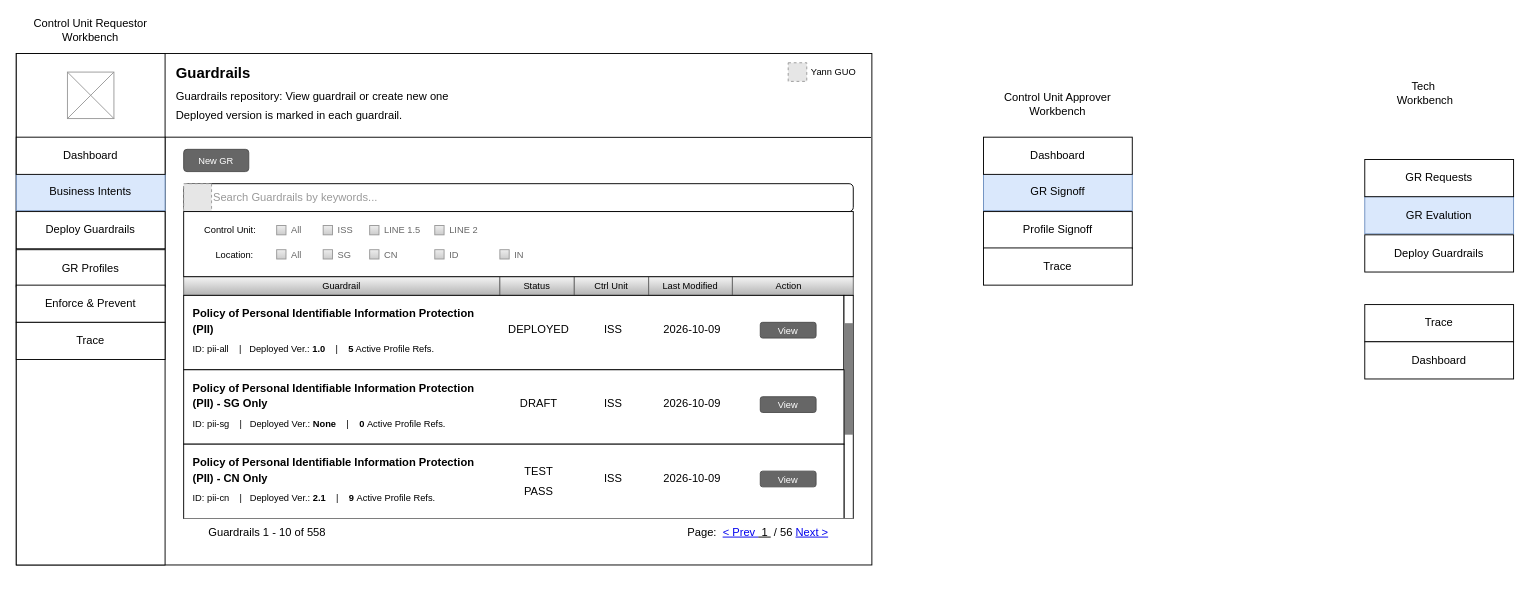
Before: page "CUU-GR-Index" (2 of 21) of NMGR.drawio in thinker-g/fx-drive, a draw.io diagram. Source tidied: cells renumbered, new cells numbered last; positions are measured from the earlier drawing's top-left corner, leaving out a move shared by most shapes. Both pictures are drawn from the tidied source at 93%, with x=0, y=0 at pixel (16, 16). Pictures stored in the file or linked from it are replaced by grey dashed boxes.
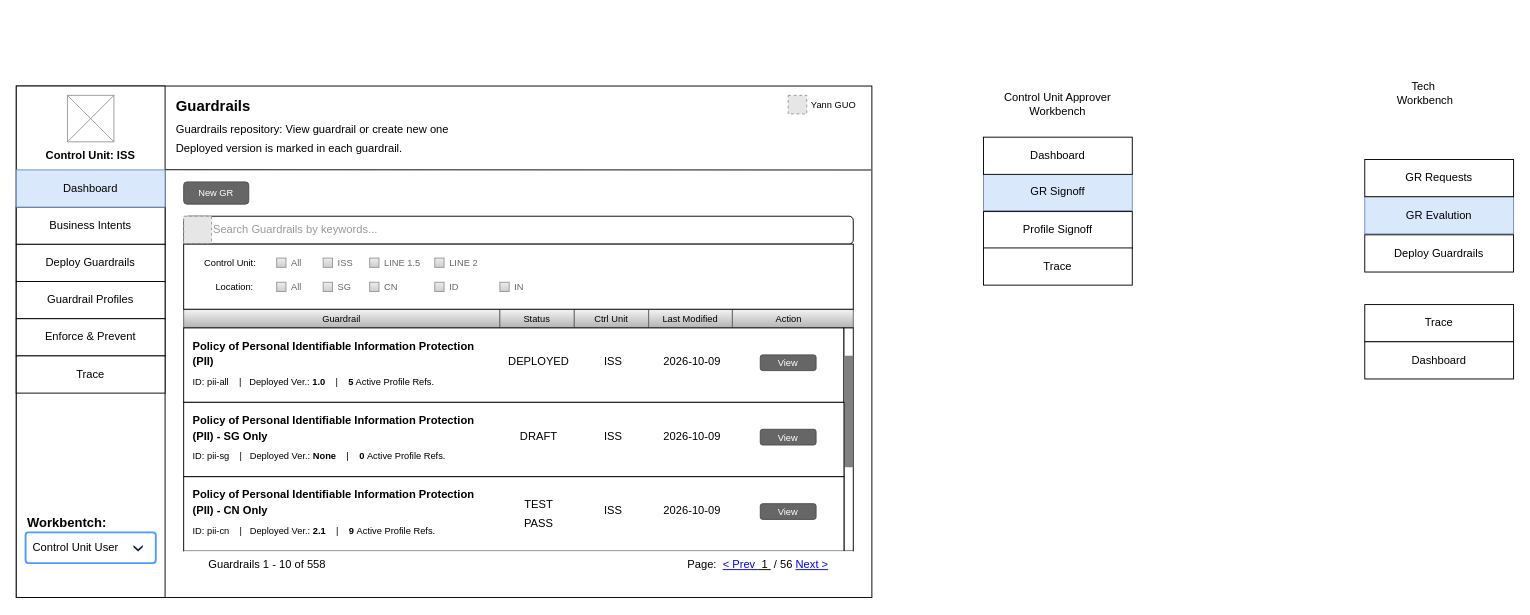
The same page after the edit.

Diff of the diagram source:
```diff
@@
     <mxCell id="2" style="rounded=0;whiteSpace=wrap;html=1;" parent="1" vertex="1">
-      <mxGeometry y="40" width="920" height="550" as="geometry" />
+      <mxGeometry y="75" width="920" height="550" as="geometry" />
     </mxCell>
-    <mxCell id="3" style="rounded=0;whiteSpace=wrap;html=1;" parent="1" vertex="1">
-      <mxGeometry y="40" width="160" height="550" as="geometry" />
-    </mxCell>
-    <mxCell id="4" style="verticalLabelPosition=bottom;shadow=0;dashed=0;align=center;html=1;verticalAlign=top;strokeWidth=1;shape=mxgraph.mockup.graphics.simpleIcon;strokeColor=#999999;" parent="1" vertex="1">
-      <mxGeometry x="55" y="60" width="50" height="50" as="geometry" />
-    </mxCell>
     <mxCell id="5" value="&lt;h1 style=&quot;margin-top: 0px; margin-bottom: 0px;&quot;&gt;&lt;span style=&quot;font-size: 16px;&quot;&gt;Guardrails&lt;/span&gt;&lt;/h1&gt;&lt;p style=&quot;margin-bottom: 6px; margin-top: 6px;&quot;&gt;&lt;span style=&quot;background-color: transparent; color: light-dark(rgb(0, 0, 0), rgb(255, 255, 255));&quot;&gt;Guardrails repository: View guardrail or create new one&lt;/span&gt;&lt;/p&gt;&lt;p style=&quot;margin-bottom: 6px; margin-top: 6px;&quot;&gt;&lt;span style=&quot;background-color: transparent; color: light-dark(rgb(0, 0, 0), rgb(255, 255, 255));&quot;&gt;Deployed version is marked in each guardrail.&amp;nbsp;&lt;/span&gt;&lt;/p&gt;" style="text;html=1;whiteSpace=wrap;overflow=hidden;rounded=0;spacing=0;spacingLeft=12;" parent="1" vertex="1">
-      <mxGeometry x="160" y="40" width="760" height="90" as="geometry" />
+      <mxGeometry x="160" y="75" width="760" height="90" as="geometry" />
     </mxCell>
     <mxCell id="6" style="endArrow=none;html=1;rounded=0;strokeWidth=1;entryX=0.999;entryY=0.237;entryDx=0;entryDy=0;entryPerimeter=0;" parent="1" edge="1">
       <mxGeometry relative="1" as="geometry">
-        <mxPoint x="160" y="130" as="sourcePoint" />
-        <mxPoint x="919.1" y="130.3" as="targetPoint" />
+        <mxPoint x="160" y="165" as="sourcePoint" />
+        <mxPoint x="919.1" y="165.3" as="targetPoint" />
       </mxGeometry>
     </mxCell>
     <mxCell id="7" style="group;" parent="1" vertex="1">
-      <mxGeometry x="180" y="180" width="720" height="30" as="geometry" />
+      <mxGeometry x="180" y="215" width="720" height="30" as="geometry" />
     </mxCell>
@@
     <mxCell id="11" style="group;" parent="1" vertex="1">
-      <mxGeometry x="830" y="50" width="78.3" height="20" as="geometry" />
+      <mxGeometry x="830" y="85" width="78.3" height="20" as="geometry" />
     </mxCell>
@@
     <mxCell id="14" value="New GR" style="rounded=1;html=1;shadow=0;dashed=0;whiteSpace=wrap;fontSize=10;fillColor=#666666;align=center;strokeColor=#4D4D4D;fontColor=#ffffff;" parent="1" vertex="1">
-      <mxGeometry x="180" y="143.1" width="70" height="23.9" as="geometry" />
+      <mxGeometry x="180" y="178.1" width="70" height="23.9" as="geometry" />
     </mxCell>
     <mxCell id="15" value="Guardrail" style="whiteSpace=wrap;html=1;shadow=0;dashed=0;fontSize=10;align=center;fillColor=#f5f5f5;strokeColor=#666666;gradientColor=#b3b3b3;" parent="1" vertex="1">
-      <mxGeometry x="180" y="280" width="340" height="20" as="geometry" />
+      <mxGeometry x="180" y="315" width="340" height="20" as="geometry" />
     </mxCell>
     <mxCell id="16" value="Status" style="whiteSpace=wrap;html=1;shadow=0;dashed=0;fontSize=10;align=center;fillColor=#f5f5f5;strokeColor=#666666;gradientColor=#b3b3b3;" parent="1" vertex="1">
-      <mxGeometry x="520" y="280" width="80" height="20" as="geometry" />
+      <mxGeometry x="520" y="315" width="80" height="20" as="geometry" />
     </mxCell>
     <mxCell id="17" value="Ctrl Unit" style="whiteSpace=wrap;html=1;shadow=0;dashed=0;fontSize=10;align=center;fillColor=#f5f5f5;strokeColor=#666666;gradientColor=#b3b3b3;" parent="1" vertex="1">
-      <mxGeometry x="600" y="280" width="80" height="20" as="geometry" />
+      <mxGeometry x="600" y="315" width="80" height="20" as="geometry" />
     </mxCell>
     <mxCell id="18" value="Last Modified" style="whiteSpace=wrap;html=1;shadow=0;dashed=0;fontSize=10;align=center;fillColor=#f5f5f5;strokeColor=#666666;gradientColor=#b3b3b3;" parent="1" vertex="1">
-      <mxGeometry x="680" y="280" width="90" height="20" as="geometry" />
+      <mxGeometry x="680" y="315" width="90" height="20" as="geometry" />
     </mxCell>
     <mxCell id="19" value="Action&amp;nbsp; &amp;nbsp;" style="whiteSpace=wrap;html=1;shadow=0;dashed=0;fontSize=10;align=center;fillColor=#f5f5f5;strokeColor=#666666;gradientColor=#b3b3b3;" parent="1" vertex="1">
-      <mxGeometry x="770" y="280" width="130" height="20" as="geometry" />
+      <mxGeometry x="770" y="315" width="130" height="20" as="geometry" />
     </mxCell>
     <mxCell id="20" style="group;" parent="1" vertex="1">
-      <mxGeometry x="180" y="300" width="710" height="80.1" as="geometry" />
+      <mxGeometry x="180" y="335" width="710" height="80.1" as="geometry" />
     </mxCell>
@@
     <mxCell id="27" style="group;" parent="1" vertex="1">
-      <mxGeometry x="890" y="300.1" width="10" height="239.9" as="geometry" />
+      <mxGeometry x="890" y="335.1" width="10" height="239.9" as="geometry" />
     </mxCell>
@@
     <mxCell id="30" style="group;" parent="1" vertex="1">
-      <mxGeometry x="180" y="380" width="710" height="80.1" as="geometry" />
+      <mxGeometry x="180" y="415" width="710" height="80.1" as="geometry" />
     </mxCell>
@@
     <mxCell id="37" style="group;spacing=2;" parent="1" vertex="1">
-      <mxGeometry x="180" y="460" width="710" height="80.1" as="geometry" />
+      <mxGeometry x="180" y="495" width="710" height="80.1" as="geometry" />
     </mxCell>
@@
     <mxCell id="44" style="group;" parent="1" vertex="1">
-      <mxGeometry x="180" y="540.1" width="720" height="30" as="geometry" />
+      <mxGeometry x="180" y="575.1" width="720" height="30" as="geometry" />
     </mxCell>
@@
     <mxCell id="48" style="group;" parent="1" vertex="1">
-      <mxGeometry x="180" y="210" width="720" height="70" as="geometry" />
+      <mxGeometry x="180" y="245" width="720" height="70" as="geometry" />
     </mxCell>
@@
-    <mxCell id="61" value="Business Intents" style="rounded=0;whiteSpace=wrap;html=1;fillColor=#dae8fc;strokeColor=#6c8ebf;" parent="1" vertex="1">
-      <mxGeometry y="169.1" width="160" height="40" as="geometry" />
-    </mxCell>
-    <mxCell id="62" value="Deploy Guardrails" style="rounded=0;whiteSpace=wrap;html=1;" parent="1" vertex="1">
-      <mxGeometry y="210" width="160" height="40" as="geometry" />
-    </mxCell>
-    <mxCell id="63" value="GR Profiles" style="rounded=0;whiteSpace=wrap;html=1;" parent="1" vertex="1">
-      <mxGeometry y="251" width="160" height="40" as="geometry" />
-    </mxCell>
-    <mxCell id="64" value="Enforce &amp;amp; Prevent" style="rounded=0;whiteSpace=wrap;html=1;" parent="1" vertex="1">
-      <mxGeometry y="289.1" width="160" height="40" as="geometry" />
-    </mxCell>
-    <mxCell id="65" value="Dashboard" style="rounded=0;whiteSpace=wrap;html=1;" parent="1" vertex="1">
-      <mxGeometry y="130" width="160" height="40" as="geometry" />
-    </mxCell>
-    <mxCell id="66" value="Trace" style="rounded=0;whiteSpace=wrap;html=1;" parent="1" vertex="1">
-      <mxGeometry y="329.1" width="160" height="40" as="geometry" />
-    </mxCell>
@@
-    <mxCell id="77" value="Control Unit Requestor&lt;div&gt;Workbench&lt;/div&gt;" style="text;html=1;whiteSpace=wrap;strokeColor=none;fillColor=none;align=center;verticalAlign=middle;rounded=0;" parent="1" vertex="1">
-      <mxGeometry x="5" width="150" height="30" as="geometry" />
-    </mxCell>
@@
+    <mxCell id="79" style="rounded=0;whiteSpace=wrap;html=1;" parent="1" vertex="1">
+      <mxGeometry y="75" width="160" height="550" as="geometry" />
+    </mxCell>
+    <mxCell id="80" style="verticalLabelPosition=bottom;shadow=0;dashed=0;align=center;html=1;verticalAlign=top;strokeWidth=1;shape=mxgraph.mockup.graphics.simpleIcon;strokeColor=#999999;" parent="1" vertex="1">
+      <mxGeometry x="55" y="85" width="50" height="50" as="geometry" />
+    </mxCell>
+    <mxCell id="61" value="Business Intents" style="rounded=0;whiteSpace=wrap;html=1;" parent="1" vertex="1">
+      <mxGeometry y="205.2" width="160" height="40" as="geometry" />
+    </mxCell>
+    <mxCell id="62" value="Deploy Guardrails" style="rounded=0;whiteSpace=wrap;html=1;" parent="1" vertex="1">
+      <mxGeometry y="245.2" width="160" height="40" as="geometry" />
+    </mxCell>
+    <mxCell id="81" value="Guardrail Profiles" style="rounded=0;whiteSpace=wrap;html=1;" parent="1" vertex="1">
+      <mxGeometry y="285.2" width="160" height="40" as="geometry" />
+    </mxCell>
+    <mxCell id="64" value="Enforce &amp;amp; Prevent" style="rounded=0;whiteSpace=wrap;html=1;" parent="1" vertex="1">
+      <mxGeometry y="325.2" width="160" height="40" as="geometry" />
+    </mxCell>
+    <mxCell id="65" value="Dashboard" style="rounded=0;whiteSpace=wrap;html=1;fillColor=#dae8fc;strokeColor=#6c8ebf;" parent="1" vertex="1">
+      <mxGeometry y="165.2" width="160" height="40" as="geometry" />
+    </mxCell>
+    <mxCell id="66" value="Trace" style="rounded=0;whiteSpace=wrap;html=1;" parent="1" vertex="1">
+      <mxGeometry y="365.2" width="160" height="40" as="geometry" />
+    </mxCell>
+    <mxCell id="82" value="Workbentch:" style="text;html=1;whiteSpace=wrap;strokeColor=none;fillColor=none;align=left;verticalAlign=middle;rounded=0;fontSize=14;fontStyle=1;" parent="1" vertex="1">
+      <mxGeometry x="10" y="535" width="110" height="20" as="geometry" />
+    </mxCell>
+    <mxCell id="83" value="Control Unit User" style="rounded=1;arcSize=9;fillColor=#ffffff;strokeColor=#4C9AFF;html=1;strokeWidth=2;spacingLeft=6;fontColor=#000000;align=left;" parent="1" vertex="1">
+      <mxGeometry x="10" y="555" width="140" height="33" as="geometry" />
+    </mxCell>
+    <mxCell id="84" style="shape=step;whiteSpace=wrap;html=1;rounded=0;strokeColor=none;strokeWidth=2;fillColor=#0A1E43;gradientColor=none;fontFamily=Verdana;fontSize=14;fontColor=#000000;align=left;direction=south;size=0.65;" parent="83" vertex="1">
+      <mxGeometry x="1" y="0.5" width="10" height="7" relative="1" as="geometry">
+        <mxPoint x="-24" y="-3" as="offset" />
+      </mxGeometry>
+    </mxCell>
+    <mxCell id="85" value="Control Unit: ISS" style="text;html=1;whiteSpace=wrap;strokeColor=none;fillColor=none;align=center;verticalAlign=middle;rounded=0;fontStyle=1;" parent="1" vertex="1">
+      <mxGeometry y="135" width="160" height="30" as="geometry" />
+    </mxCell>
```
